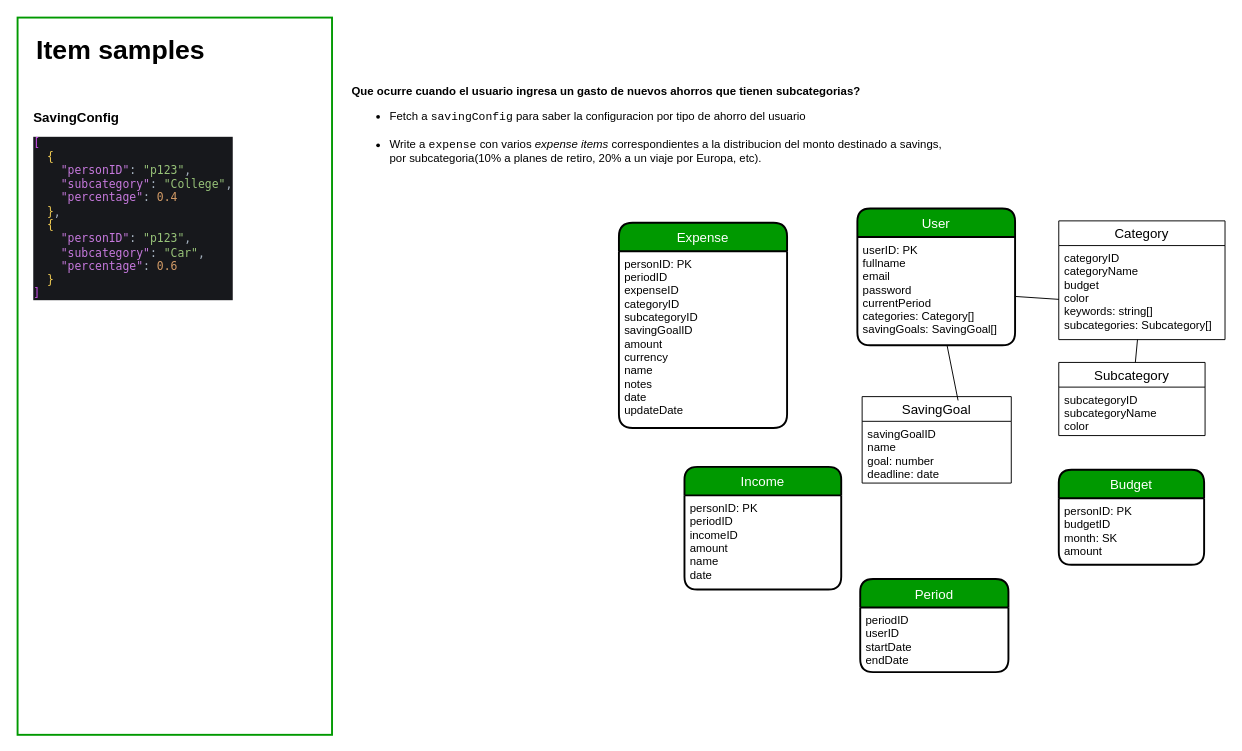
Earlier version of the draw.io diagram page "Data Model" (1 of 2) of diagrams/money-diagrams.drawio (JoelD7/money). Source tidied: cells renumbered, new cells numbered last; positions are measured from the earlier drawing's top-left corner, leaving out a move shared by most shapes. Both pictures are drawn from the tidied source at 95%, with x=0, y=0 at pixel (17, 17).
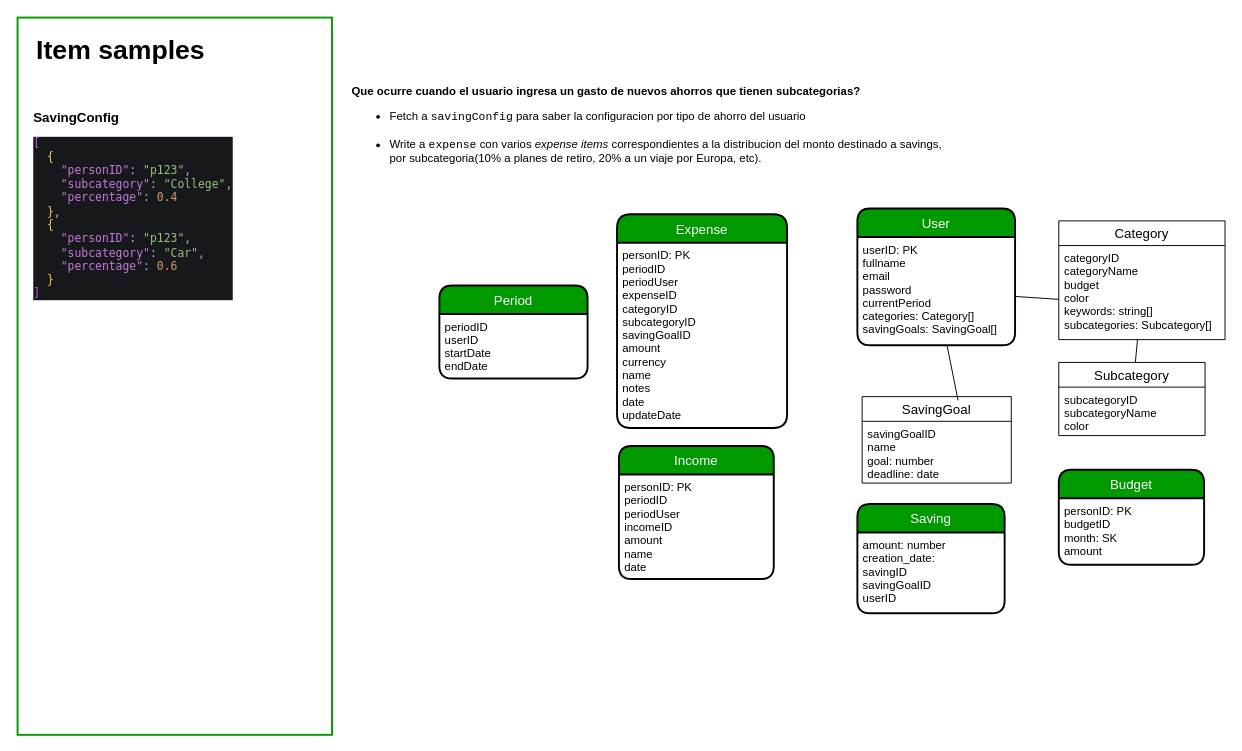
Above is the later version.

Diff of the diagram source:
```diff
@@
     <mxCell id="2" value="Expense" style="swimlane;horizontal=1;startSize=30;rounded=1;fontSize=14;fontStyle=0;strokeWidth=2;shadow=0;dashed=0;align=center;labelBackgroundColor=none;arcSize=16;labelBorderColor=none;swimlaneLine=1;swimlaneFillColor=none;gradientColor=none;gradientDirection=north;fillColor=#009900;fontColor=#FFFFFF;" parent="1" vertex="1">
-      <mxGeometry x="633" y="216" width="177" height="216" as="geometry" />
+      <mxGeometry x="631" y="207" width="179" height="225" as="geometry" />
     </mxCell>
-    <mxCell id="3" value="personID: PK&#10;periodID&#10;expenseID&#10;categoryID&#10;subcategoryID&#10;savingGoalID&#10;amount&#10;currency&#10;name&#10;notes&#10;date&#10;updateDate" style="align=left;strokeColor=none;fillColor=none;spacingLeft=4;fontSize=12;verticalAlign=top;" parent="2" vertex="1">
-      <mxGeometry y="30" width="177" height="186" as="geometry" />
+    <mxCell id="3" value="personID: PK&#10;periodID&#10;periodUser&#10;expenseID&#10;categoryID&#10;subcategoryID&#10;savingGoalID&#10;amount&#10;currency&#10;name&#10;notes&#10;date&#10;updateDate" style="align=left;strokeColor=none;fillColor=none;spacingLeft=4;fontSize=12;verticalAlign=top;" parent="2" vertex="1">
+      <mxGeometry y="30" width="179" height="195" as="geometry" />
     </mxCell>
@@
     <mxCell id="16" value="Income" style="swimlane;horizontal=1;startSize=30;rounded=1;fontSize=14;fontStyle=0;strokeWidth=2;shadow=0;dashed=0;align=center;fillColor=#009900;fontColor=#FFFFFF;" parent="1" vertex="1">
-      <mxGeometry x="702" y="473" width="165" height="129" as="geometry" />
+      <mxGeometry x="633" y="451" width="163" height="140" as="geometry" />
     </mxCell>
-    <mxCell id="17" value="personID: PK&#10;periodID&#10;incomeID&#10;amount&#10;name&#10;date" style="align=left;strokeColor=none;fillColor=none;spacingLeft=4;fontSize=12;verticalAlign=top;" parent="16" vertex="1">
-      <mxGeometry y="30" width="165" height="99" as="geometry" />
+    <mxCell id="17" value="personID: PK&#10;periodID&#10;periodUser&#10;incomeID&#10;amount&#10;name&#10;date" style="align=left;strokeColor=none;fillColor=none;spacingLeft=4;fontSize=12;verticalAlign=top;" parent="16" vertex="1">
+      <mxGeometry y="30" width="163" height="110" as="geometry" />
     </mxCell>
@@
     <mxCell id="23" value="Period" style="swimlane;horizontal=1;startSize=30;rounded=1;fontSize=14;fontStyle=0;strokeWidth=2;shadow=0;dashed=0;align=center;fillColor=#009900;fontColor=#FFFFFF;" parent="1" vertex="1">
-      <mxGeometry x="887" y="591" width="156" height="98" as="geometry" />
+      <mxGeometry x="444" y="282" width="156" height="98" as="geometry" />
     </mxCell>
@@
+    <mxCell id="25" value="Saving" style="swimlane;horizontal=1;startSize=30;rounded=1;fontSize=14;fontStyle=0;strokeWidth=2;shadow=0;dashed=0;align=center;fillColor=#009900;fontColor=#FFFFFF;" parent="1" vertex="1">
+      <mxGeometry x="884" y="512" width="155" height="115" as="geometry" />
+    </mxCell>
+    <mxCell id="26" value="amount: number&#10;creation_date:&#10;savingID&#10;savingGoalID&#10;userID" style="align=left;strokeColor=none;fillColor=none;spacingLeft=4;fontSize=12;verticalAlign=top;" parent="25" vertex="1">
+      <mxGeometry y="30" width="155" height="85" as="geometry" />
+    </mxCell>
```
